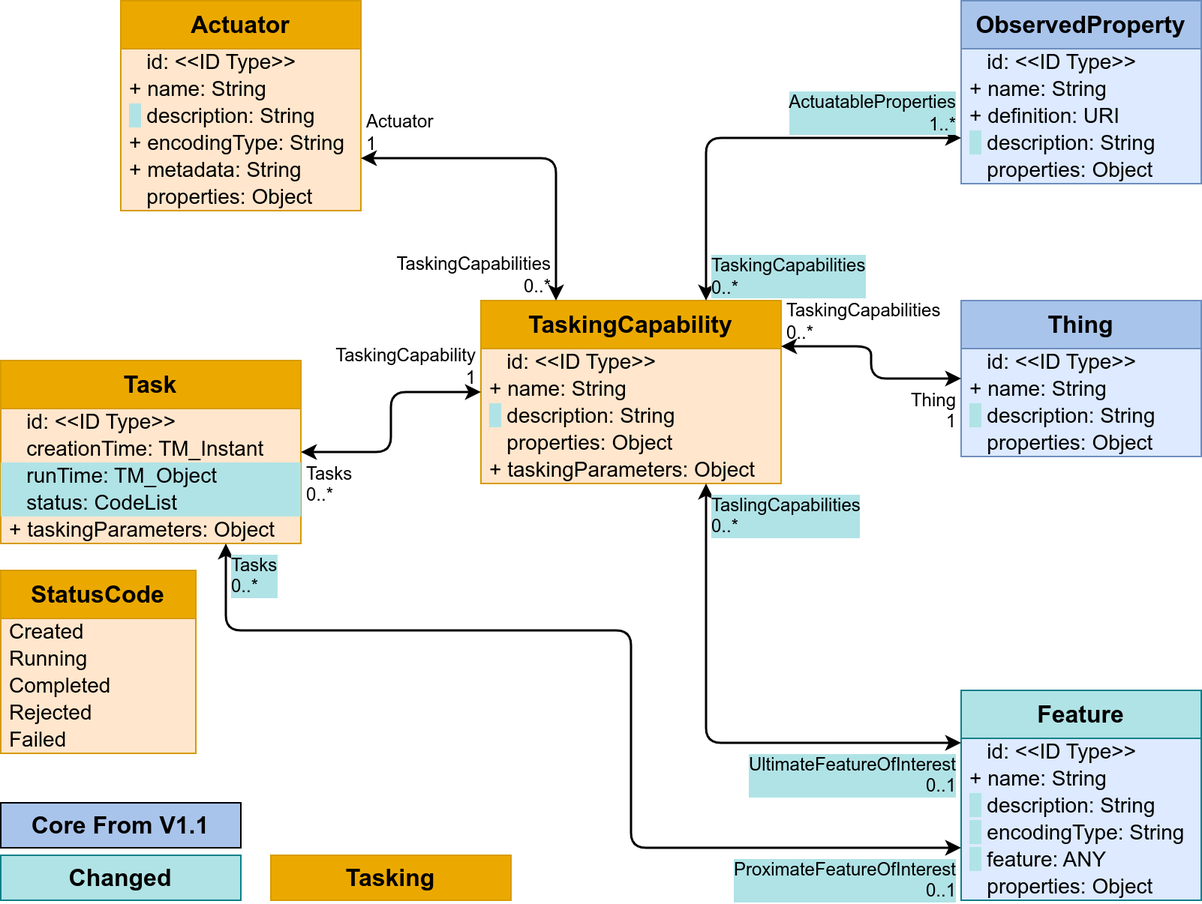
Earlier version of the draw.io export figures/Datamodel-SensorThingsApi-V2-proposal-1-Tasking.drawio.png (opengeospatial/sensorthings). Source tidied: cells renumbered, new cells last; positions are measured from the earlier drawing's top-left corner, leaving out a move shared by most shapes.
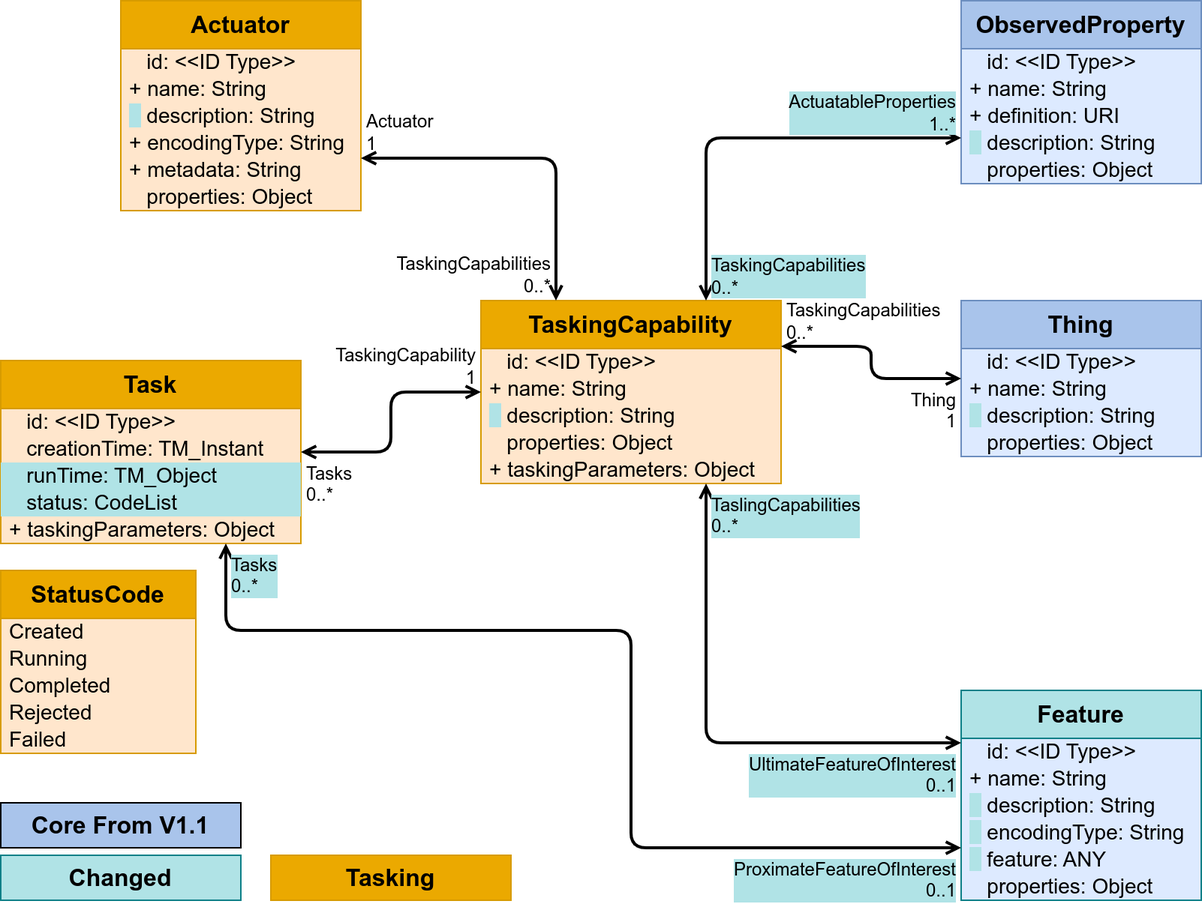
Above is the later version.

What changed in the source:
```diff
@@ -119,7 +119,7 @@
     <mxCell id="40" value="+ taskingParameters: Object" style="text;strokeColor=none;fillColor=none;align=left;verticalAlign=middle;spacingLeft=4;spacingRight=4;overflow=visible;html=1;fontSize=14;" parent="35" vertex="1">
       <mxGeometry y="104" width="200" height="18" as="geometry" />
     </mxCell>
-    <mxCell id="41" style="endArrow=classic;startArrow=classic;html=1;rounded=1;entryX=1;entryY=0.75;entryDx=0;entryDy=0;exitX=0.25;exitY=0;exitDx=0;exitDy=0;edgeStyle=orthogonalEdgeStyle;curved=0;strokeWidth=1.5;" parent="1" edge="1" source="35" target="22">
+    <mxCell id="41" style="endArrow=open;startArrow=open;html=1;rounded=1;entryX=1;entryY=0.75;entryDx=0;entryDy=0;exitX=0.25;exitY=0;exitDx=0;exitDy=0;edgeStyle=orthogonalEdgeStyle;curved=0;strokeWidth=2;startFill=0;endFill=0;" parent="1" edge="1" source="35" target="22">
       <mxGeometry relative="1" as="geometry" />
     </mxCell>
     <mxCell id="42" value="TaskingCapabilities&lt;br&gt;0..*" style="edgeLabel;html=1;align=right;verticalAlign=bottom;labelBackgroundColor=none;fontSize=12;spacingLeft=1;spacing=3;spacingRight=2;" parent="41" vertex="1">
@@ -128,7 +128,7 @@
     <mxCell id="43" value="Actuator&lt;br&gt;1" style="edgeLabel;html=1;align=left;verticalAlign=bottom;labelBackgroundColor=none;fontSize=12;spacingLeft=1;spacing=3;spacingRight=2;" parent="41" vertex="1">
       <mxGeometry x="1" relative="1" as="geometry" />
     </mxCell>
-    <mxCell id="44" style="endArrow=classic;startArrow=classic;html=1;rounded=1;edgeStyle=orthogonalEdgeStyle;strokeWidth=1.5;curved=0;" parent="1" edge="1" source="35" target="29">
+    <mxCell id="44" style="endArrow=open;startArrow=open;html=1;rounded=1;edgeStyle=orthogonalEdgeStyle;strokeWidth=2;curved=0;startFill=0;endFill=0;" parent="1" edge="1" source="35" target="29">
       <mxGeometry relative="1" as="geometry" />
     </mxCell>
     <mxCell id="45" value="TaskingCapability&lt;br&gt;1" style="edgeLabel;html=1;align=right;verticalAlign=bottom;labelBackgroundColor=none;fontSize=12;spacingLeft=1;spacing=3;spacingRight=2;" parent="44" vertex="1">
@@ -137,7 +137,7 @@
     <mxCell id="46" value="Tasks&lt;br&gt;0..*" style="edgeLabel;html=1;align=left;verticalAlign=top;labelBackgroundColor=none;fontSize=12;spacingLeft=1;spacing=3;spacingRight=2;" parent="44" vertex="1">
       <mxGeometry x="1" relative="1" as="geometry" />
     </mxCell>
-    <mxCell id="47" style="endArrow=classic;startArrow=classic;html=1;rounded=1;exitX=0;exitY=0.5;exitDx=0;exitDy=0;edgeStyle=orthogonalEdgeStyle;entryX=1;entryY=0.25;entryDx=0;entryDy=0;strokeWidth=1.5;curved=0;" parent="1" edge="1" source="15" target="35">
+    <mxCell id="47" style="endArrow=open;startArrow=open;html=1;rounded=1;exitX=0;exitY=0.5;exitDx=0;exitDy=0;edgeStyle=orthogonalEdgeStyle;entryX=1;entryY=0.25;entryDx=0;entryDy=0;strokeWidth=2;curved=0;startFill=0;endFill=0;" parent="1" edge="1" source="15" target="35">
       <mxGeometry relative="1" as="geometry" />
     </mxCell>
     <mxCell id="48" value="Thing&lt;br&gt;1" style="edgeLabel;html=1;align=right;verticalAlign=top;labelBackgroundColor=none;fontSize=12;spacingLeft=1;spacing=3;spacingRight=2;" parent="47" vertex="1">
@@ -146,7 +146,7 @@
     <mxCell id="49" value="TaskingCapabilities&lt;br&gt;0..*" style="edgeLabel;html=1;align=left;verticalAlign=bottom;labelBackgroundColor=none;fontSize=12;spacingLeft=1;spacing=3;spacingRight=2;" parent="47" vertex="1">
       <mxGeometry x="1" relative="1" as="geometry" />
     </mxCell>
-    <mxCell id="50" style="endArrow=classic;startArrow=classic;html=1;rounded=1;edgeStyle=orthogonalEdgeStyle;entryX=0.75;entryY=0;entryDx=0;entryDy=0;exitX=0;exitY=0.75;exitDx=0;exitDy=0;curved=0;strokeWidth=1.5;" parent="1" edge="1" source="9" target="35">
+    <mxCell id="50" style="endArrow=open;startArrow=open;html=1;rounded=1;edgeStyle=orthogonalEdgeStyle;entryX=0.75;entryY=0;entryDx=0;entryDy=0;exitX=0;exitY=0.75;exitDx=0;exitDy=0;curved=0;strokeWidth=2;startFill=0;endFill=0;" parent="1" edge="1" source="9" target="35">
       <mxGeometry relative="1" as="geometry" />
     </mxCell>
     <mxCell id="51" value="ActuatableProperties&lt;br&gt;1..*" style="edgeLabel;html=1;align=right;verticalAlign=bottom;labelBackgroundColor=#B0E3E6;fontSize=12;spacingLeft=1;spacing=3;spacingRight=2;" parent="50" vertex="1">
@@ -155,7 +155,7 @@
     <mxCell id="52" value="TaskingCapabilities&lt;br&gt;0..*" style="edgeLabel;html=1;align=left;verticalAlign=bottom;labelBackgroundColor=#B0E3E6;fontSize=12;spacingLeft=1;spacing=3;spacingRight=2;" parent="50" vertex="1">
       <mxGeometry x="1" relative="1" as="geometry" />
     </mxCell>
-    <mxCell id="53" style="endArrow=classic;startArrow=classic;html=1;rounded=1;exitX=0;exitY=0.25;exitDx=0;exitDy=0;edgeStyle=orthogonalEdgeStyle;entryX=0.75;entryY=1;entryDx=0;entryDy=0;curved=0;strokeWidth=1.5;" parent="1" edge="1" source="2" target="35">
+    <mxCell id="53" style="endArrow=open;startArrow=open;html=1;rounded=1;exitX=0;exitY=0.25;exitDx=0;exitDy=0;edgeStyle=orthogonalEdgeStyle;entryX=0.75;entryY=1;entryDx=0;entryDy=0;curved=0;strokeWidth=2;startFill=0;endFill=0;" parent="1" edge="1" source="2" target="35">
       <mxGeometry relative="1" as="geometry" />
     </mxCell>
     <mxCell id="54" value="UltimateFeatureOfInterest&lt;br&gt;0..1" style="edgeLabel;html=1;align=right;verticalAlign=top;labelBackgroundColor=#B0E3E6;fontSize=12;spacingLeft=1;spacing=3;spacingRight=2;" parent="53" vertex="1">
@@ -164,7 +164,7 @@
     <mxCell id="55" value="TaslingCapabilities&lt;br&gt;0..*" style="edgeLabel;html=1;align=left;verticalAlign=top;labelBackgroundColor=#B0E3E6;fontSize=12;spacingLeft=1;spacing=3;spacingRight=2;" parent="53" vertex="1">
       <mxGeometry x="1" relative="1" as="geometry" />
     </mxCell>
-    <mxCell id="56" style="endArrow=classic;startArrow=classic;html=1;rounded=1;edgeStyle=orthogonalEdgeStyle;entryX=0;entryY=0.75;entryDx=0;entryDy=0;curved=0;exitX=0.75;exitY=1;exitDx=0;exitDy=0;strokeWidth=1.5;" parent="1" edge="1" source="29" target="2">
+    <mxCell id="56" style="endArrow=open;startArrow=open;html=1;rounded=1;edgeStyle=orthogonalEdgeStyle;entryX=0;entryY=0.75;entryDx=0;entryDy=0;curved=0;exitX=0.75;exitY=1;exitDx=0;exitDy=0;strokeWidth=2;startFill=0;endFill=0;" parent="1" edge="1" source="29" target="2">
       <mxGeometry relative="1" as="geometry">
         <Array as="points">
           <mxPoint x="150" y="420" />
```
